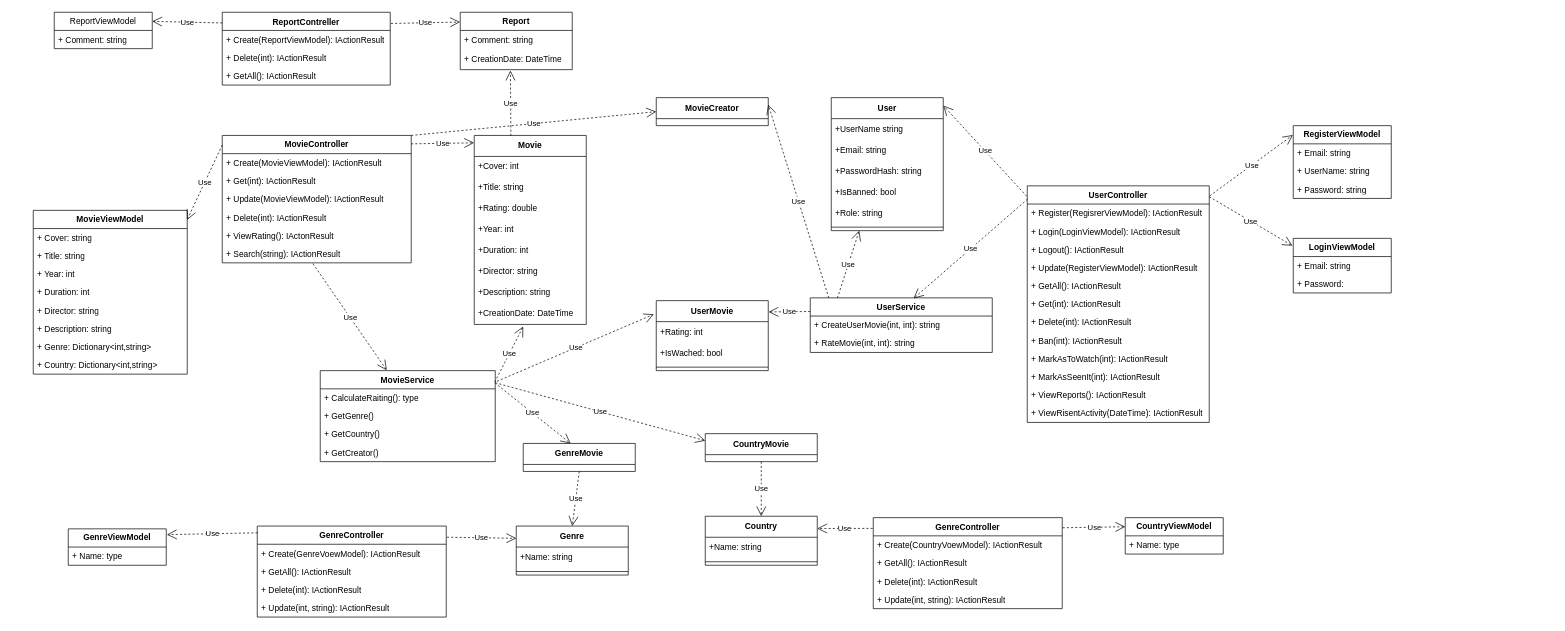
The draw.io diagram page "Page-1" (1 of 2) of Requirements/StaticModel/ClassDiagram.drawio in KavomanyOrganization/MovieList, before the edit. Source tidied: cells renumbered, new cells numbered last; positions are measured from the earlier drawing's top-left corner, leaving out a move shared by most shapes. Both pictures are drawn from the tidied source at 70%, with x=0, y=0 at pixel (33, 12).
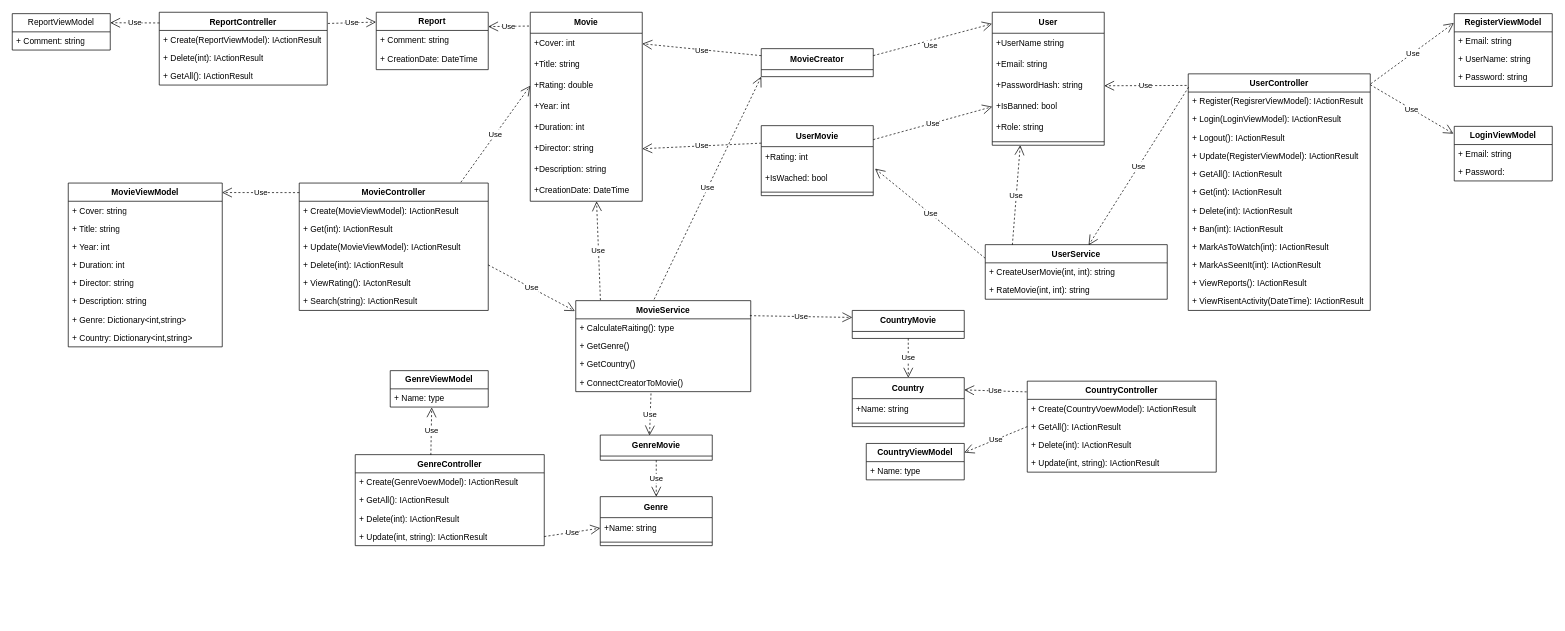
Above is the later version.

Commit message:
Update ClassDiagram for enhanced clarity and structure

The change refers to these unchanged cells:
```xml
<mxCell id="5" value="+PasswordHash: string" style="text;strokeColor=none;fillColor=none;align=left;verticalAlign=middle;spacingLeft=4;spacingRight=4;overflow=hidden;points=[[0,0.5],[1,0.5]];portConstraint=eastwest;whiteSpace=wrap;html=1;" parent="2" vertex="1">
  <mxGeometry y="90" width="160" height="30" as="geometry" />
</mxCell>
<mxCell id="6" value="+IsBanned: bool" style="text;strokeColor=none;fillColor=none;align=left;verticalAlign=middle;spacingLeft=4;spacingRight=4;overflow=hidden;points=[[0,0.5],[1,0.5]];portConstraint=eastwest;whiteSpace=wrap;html=1;" parent="2" vertex="1">
  <mxGeometry y="120" width="160" height="30" as="geometry" />
</mxCell>
<mxCell id="10" value="+Cover: int" style="text;strokeColor=none;fillColor=none;align=left;verticalAlign=middle;spacingLeft=4;spacingRight=4;overflow=hidden;points=[[0,0.5],[1,0.5]];portConstraint=eastwest;whiteSpace=wrap;html=1;" parent="9" vertex="1">
  <mxGeometry y="30" width="160" height="30" as="geometry" />
</mxCell>
<mxCell id="12" value="+Rating: double" style="text;strokeColor=none;fillColor=none;align=left;verticalAlign=middle;spacingLeft=4;spacingRight=4;overflow=hidden;points=[[0,0.5],[1,0.5]];portConstraint=eastwest;whiteSpace=wrap;html=1;" parent="9" vertex="1">
  <mxGeometry y="90" width="160" height="30" as="geometry" />
</mxCell>
<mxCell id="15" value="+Director: string" style="text;strokeColor=none;fillColor=none;align=left;verticalAlign=middle;spacingLeft=4;spacingRight=4;overflow=hidden;points=[[0,0.5],[1,0.5]];portConstraint=eastwest;whiteSpace=wrap;html=1;" parent="9" vertex="1">
  <mxGeometry y="180" width="160" height="30" as="geometry" />
</mxCell>
<mxCell id="17" value="+CreationDate: DateTime" style="text;strokeColor=none;fillColor=none;align=left;verticalAlign=middle;spacingLeft=4;spacingRight=4;overflow=hidden;points=[[0,0.5],[1,0.5]];portConstraint=eastwest;whiteSpace=wrap;html=1;" parent="9" vertex="1">
  <mxGeometry y="240" width="160" height="30" as="geometry" />
</mxCell>
<mxCell id="19" value="+Ra&lt;span style=&quot;background-color: transparent;&quot;&gt;ting: int&lt;/span&gt;" style="text;strokeColor=none;fillColor=none;align=left;verticalAlign=middle;spacingLeft=4;spacingRight=4;overflow=hidden;points=[[0,0.5],[1,0.5]];portConstraint=eastwest;whiteSpace=wrap;html=1;" parent="18" vertex="1">
  <mxGeometry y="30" width="160" height="30" as="geometry" />
</mxCell>
<mxCell id="23" value="+Name: string" style="text;strokeColor=none;fillColor=none;align=left;verticalAlign=middle;spacingLeft=4;spacingRight=4;overflow=hidden;points=[[0,0.5],[1,0.5]];portConstraint=eastwest;whiteSpace=wrap;html=1;" parent="22" vertex="1">
  <mxGeometry y="30" width="160" height="30" as="geometry" />
</mxCell>
<mxCell id="29" value="+ Delete(int): IActionResult" style="text;strokeColor=none;fillColor=none;align=left;verticalAlign=top;spacingLeft=4;spacingRight=4;overflow=hidden;points=[[0,0.5],[1,0.5]];portConstraint=eastwest;whiteSpace=wrap;html=1;" parent="25" vertex="1">
  <mxGeometry y="104" width="270" height="26" as="geometry" />
</mxCell>
<mxCell id="31" value="+ Search(string): IActionResult" style="text;strokeColor=none;fillColor=none;align=left;verticalAlign=top;spacingLeft=4;spacingRight=4;overflow=hidden;points=[[0,0.5],[1,0.5]];portConstraint=eastwest;whiteSpace=wrap;html=1;" parent="25" vertex="1">
  <mxGeometry y="156" width="270" height="26" as="geometry" />
</mxCell>
<mxCell id="44" value="+ Name: type" style="text;strokeColor=none;fillColor=none;align=left;verticalAlign=top;spacingLeft=4;spacingRight=4;overflow=hidden;points=[[0,0.5],[1,0.5]];portConstraint=eastwest;whiteSpace=wrap;html=1;" parent="43" vertex="1">
  <mxGeometry y="26" width="140" height="26" as="geometry" />
</mxCell>
<mxCell id="49" value="+ Update(int, string): IActionResult" style="text;strokeColor=none;fillColor=none;align=left;verticalAlign=top;spacingLeft=4;spacingRight=4;overflow=hidden;points=[[0,0.5],[1,0.5]];portConstraint=eastwest;whiteSpace=wrap;html=1;" parent="45" vertex="1">
  <mxGeometry y="104" width="270" height="26" as="geometry" />
</mxCell>
<mxCell id="59" value="+ GetAll(): IActionResult" style="text;strokeColor=none;fillColor=none;align=left;verticalAlign=top;spacingLeft=4;spacingRight=4;overflow=hidden;points=[[0,0.5],[1,0.5]];portConstraint=eastwest;whiteSpace=wrap;html=1;" parent="57" vertex="1">
  <mxGeometry y="52" width="270" height="26" as="geometry" />
</mxCell>
<mxCell id="109" value="+ CreationDate: DateTime" style="text;strokeColor=none;fillColor=none;align=left;verticalAlign=middle;spacingLeft=4;spacingRight=4;overflow=hidden;points=[[0,0.5],[1,0.5]];portConstraint=eastwest;whiteSpace=wrap;html=1;" parent="107" vertex="1">
  <mxGeometry y="52" width="160" height="30" as="geometry" />
</mxCell>
```

Change to the diagram source:
```diff
@@
     <mxCell id="2" value="&lt;b&gt;User&lt;/b&gt;" style="swimlane;fontStyle=0;horizontal=1;startSize=30;whiteSpace=wrap;html=1;" parent="1" vertex="1">
-      <mxGeometry x="1140" y="122" width="160" height="190" as="geometry" />
+      <mxGeometry x="1370" width="160" height="190" as="geometry" />
     </mxCell>
@@
     <mxCell id="9" value="&lt;b&gt;Movie&lt;/b&gt;" style="swimlane;fontStyle=0;horizontal=1;startSize=30;whiteSpace=wrap;html=1;" parent="1" vertex="1">
-      <mxGeometry x="630" y="176" width="160" height="270" as="geometry" />
+      <mxGeometry x="710" width="160" height="270" as="geometry" />
     </mxCell>
@@
     <mxCell id="18" value="&lt;b&gt;UserMovie&lt;/b&gt;" style="swimlane;fontStyle=0;horizontal=1;startSize=30;whiteSpace=wrap;html=1;" parent="1" vertex="1">
-      <mxGeometry x="890" y="412" width="160" height="100" as="geometry" />
+      <mxGeometry x="1040" y="162" width="160" height="100" as="geometry" />
     </mxCell>
@@
     <mxCell id="22" value="&lt;b&gt;Genre&lt;/b&gt;" style="swimlane;fontStyle=0;horizontal=1;startSize=30;whiteSpace=wrap;html=1;" parent="1" vertex="1">
-      <mxGeometry x="690" y="734" width="160" height="70" as="geometry" />
+      <mxGeometry x="810" y="692" width="160" height="70" as="geometry" />
     </mxCell>
@@
     <mxCell id="25" value="&lt;b&gt;MovieController&lt;/b&gt;" style="swimlane;fontStyle=0;horizontal=1;startSize=26;fillColor=none;whiteSpace=wrap;html=1;" parent="1" vertex="1">
-      <mxGeometry x="270" y="176" width="270" height="182" as="geometry" />
+      <mxGeometry x="380" y="244" width="270" height="182" as="geometry" />
     </mxCell>
@@
     <mxCell id="32" value="&lt;b&gt;MovieViewModel&lt;/b&gt;" style="swimlane;fontStyle=0;horizontal=1;startSize=26;fillColor=none;whiteSpace=wrap;html=1;" parent="1" vertex="1">
-      <mxGeometry y="283" width="220" height="234" as="geometry" />
+      <mxGeometry x="50" y="244" width="220" height="234" as="geometry" />
     </mxCell>
@@
-    <mxCell id="42" value="Use" style="endArrow=open;endSize=12;dashed=1;html=1;exitX=0.999;exitY=0.066;exitDx=0;exitDy=0;exitPerimeter=0;entryX=-0.002;entryY=0.039;entryDx=0;entryDy=0;entryPerimeter=0;" parent="1" edge="1" source="25" target="9">
+    <mxCell id="42" value="Use" style="endArrow=open;endSize=12;dashed=1;html=1;exitX=0.855;exitY=-0.006;exitDx=0;exitDy=0;exitPerimeter=0;entryX=0;entryY=0.5;entryDx=0;entryDy=0;" parent="1" edge="1" source="25" target="12">
       <mxGeometry relative="1" as="geometry" />
     </mxCell>
     <mxCell id="43" value="&lt;b&gt;GenreViewModel&lt;/b&gt;" style="swimlane;fontStyle=0;horizontal=1;startSize=26;fillColor=none;whiteSpace=wrap;html=1;" parent="1" vertex="1">
-      <mxGeometry x="50" y="738" width="140" height="52" as="geometry" />
+      <mxGeometry x="510" y="512" width="140" height="52" as="geometry" />
     </mxCell>
@@
     <mxCell id="45" value="GenreController" style="swimlane;fontStyle=1;align=center;verticalAlign=top;horizontal=1;startSize=26;whiteSpace=wrap;html=1;" parent="1" vertex="1">
-      <mxGeometry x="320" y="734" width="270" height="130" as="geometry" />
+      <mxGeometry x="460" y="632" width="270" height="130" as="geometry" />
     </mxCell>
@@
-    <mxCell id="50" value="Use" style="endArrow=open;endSize=12;dashed=1;html=1;exitX=1.004;exitY=0.123;exitDx=0;exitDy=0;exitPerimeter=0;entryX=0;entryY=0.25;entryDx=0;entryDy=0;" parent="1" edge="1" source="45" target="22">
+    <mxCell id="50" value="Use" style="endArrow=open;endSize=12;dashed=1;html=1;exitX=1;exitY=0.5;exitDx=0;exitDy=0;entryX=0;entryY=0.5;entryDx=0;entryDy=0;" parent="1" edge="1" source="49" target="23">
       <mxGeometry relative="1" as="geometry" />
     </mxCell>
-    <mxCell id="51" value="Use" style="endArrow=open;endSize=12;dashed=1;html=1;exitX=0.002;exitY=0.074;exitDx=0;exitDy=0;exitPerimeter=0;entryX=1.007;entryY=0.159;entryDx=0;entryDy=0;entryPerimeter=0;" parent="1" edge="1" source="45" target="43">
+    <mxCell id="51" value="Use" style="endArrow=open;endSize=12;dashed=1;html=1;exitX=0.4;exitY=0.003;exitDx=0;exitDy=0;exitPerimeter=0;entryX=0.423;entryY=1.021;entryDx=0;entryDy=0;entryPerimeter=0;" parent="1" edge="1" source="45" target="44">
       <mxGeometry relative="1" as="geometry" />
     </mxCell>
     <mxCell id="52" value="&lt;b&gt;Country&lt;/b&gt;" style="swimlane;fontStyle=0;horizontal=1;startSize=30;whiteSpace=wrap;html=1;" parent="1" vertex="1">
-      <mxGeometry x="960" y="720" width="160" height="70" as="geometry" />
+      <mxGeometry x="1170" y="522" width="160" height="70" as="geometry" />
     </mxCell>
@@
     <mxCell id="55" value="&lt;b&gt;CountryViewModel&lt;/b&gt;" style="swimlane;fontStyle=0;horizontal=1;startSize=26;fillColor=none;whiteSpace=wrap;html=1;" parent="1" vertex="1">
-      <mxGeometry x="1560" y="722" width="140" height="52" as="geometry" />
+      <mxGeometry x="1190" y="616" width="140" height="52" as="geometry" />
     </mxCell>
@@
-    <mxCell id="57" value="GenreController" style="swimlane;fontStyle=1;align=center;verticalAlign=top;horizontal=1;startSize=26;whiteSpace=wrap;html=1;" parent="1" vertex="1">
-      <mxGeometry x="1200" y="722" width="270" height="130" as="geometry" />
+    <mxCell id="57" value="CountryController" style="swimlane;fontStyle=1;align=center;verticalAlign=top;horizontal=1;startSize=26;whiteSpace=wrap;html=1;" parent="1" vertex="1">
+      <mxGeometry x="1420" y="527" width="270" height="130" as="geometry" />
     </mxCell>
@@
-    <mxCell id="63" value="Use" style="endArrow=open;endSize=12;dashed=1;html=1;exitX=1.002;exitY=0.111;exitDx=0;exitDy=0;exitPerimeter=0;entryX=0;entryY=0.25;entryDx=0;entryDy=0;" parent="1" edge="1" source="57" target="55">
+    <mxCell id="63" value="Use" style="endArrow=open;endSize=12;dashed=1;html=1;exitX=0;exitY=0.5;exitDx=0;exitDy=0;entryX=1;entryY=0.25;entryDx=0;entryDy=0;" parent="1" edge="1" source="59" target="55">
       <mxGeometry relative="1" as="geometry" />
     </mxCell>
     <mxCell id="64" value="&lt;b&gt;LoginViewModel&lt;/b&gt;" style="swimlane;fontStyle=0;horizontal=1;startSize=26;fillColor=none;whiteSpace=wrap;html=1;" parent="1" vertex="1">
-      <mxGeometry x="1800" y="323" width="140" height="78" as="geometry" />
+      <mxGeometry x="2030" y="163" width="140" height="78" as="geometry" />
     </mxCell>
@@
     <mxCell id="67" value="&lt;b&gt;RegisterViewModel&lt;/b&gt;" style="swimlane;fontStyle=0;horizontal=1;startSize=26;fillColor=none;whiteSpace=wrap;html=1;" parent="1" vertex="1">
-      <mxGeometry x="1800" y="162" width="140" height="104" as="geometry" />
+      <mxGeometry x="2030" y="2" width="140" height="104" as="geometry" />
     </mxCell>
@@
     <mxCell id="71" value="UserController" style="swimlane;fontStyle=1;align=center;verticalAlign=top;horizontal=1;startSize=26;whiteSpace=wrap;html=1;" parent="1" vertex="1">
-      <mxGeometry x="1420" y="248" width="260" height="338" as="geometry" />
+      <mxGeometry x="1650" y="88" width="260" height="338" as="geometry" />
     </mxCell>
@@
-    <mxCell id="86" value="Use" style="endArrow=open;endSize=12;dashed=1;html=1;exitX=-0.003;exitY=0.044;exitDx=0;exitDy=0;exitPerimeter=0;entryX=1.001;entryY=0.06;entryDx=0;entryDy=0;entryPerimeter=0;" parent="1" edge="1" source="71" target="2">
+    <mxCell id="86" value="Use" style="endArrow=open;endSize=12;dashed=1;html=1;exitX=-0.009;exitY=0.049;exitDx=0;exitDy=0;entryX=1;entryY=0.5;entryDx=0;entryDy=0;exitPerimeter=0;" parent="1" edge="1" source="71" target="5">
       <mxGeometry relative="1" as="geometry" />
     </mxCell>
-    <mxCell id="87" value="Use" style="endArrow=open;endSize=12;dashed=1;html=1;exitX=0;exitY=0.25;exitDx=0;exitDy=0;entryX=1.003;entryY=0.161;entryDx=0;entryDy=0;entryPerimeter=0;" parent="1" edge="1" source="102" target="18">
+    <mxCell id="87" value="Use" style="endArrow=open;endSize=12;dashed=1;html=1;exitX=0;exitY=0.25;exitDx=0;exitDy=0;entryX=1.016;entryY=1.048;entryDx=0;entryDy=0;entryPerimeter=0;" parent="1" edge="1" source="102" target="19">
       <mxGeometry relative="1" as="geometry" />
     </mxCell>
     <mxCell id="88" value="&lt;b&gt;GenreMovie&lt;/b&gt;" style="swimlane;fontStyle=0;horizontal=1;startSize=30;whiteSpace=wrap;html=1;" parent="1" vertex="1">
-      <mxGeometry x="700" y="616" width="160" height="40" as="geometry" />
+      <mxGeometry x="810" y="604" width="160" height="36" as="geometry" />
     </mxCell>
     <mxCell id="89" value="&lt;b&gt;CountryMovie&lt;/b&gt;" style="swimlane;fontStyle=0;horizontal=1;startSize=30;whiteSpace=wrap;html=1;" parent="1" vertex="1">
-      <mxGeometry x="960" y="602" width="160" height="40" as="geometry" />
+      <mxGeometry x="1170" y="426" width="160" height="40" as="geometry" />
     </mxCell>
-    <mxCell id="90" value="Use" style="endArrow=open;endSize=12;dashed=1;html=1;exitX=0.997;exitY=0.133;exitDx=0;exitDy=0;exitPerimeter=0;entryX=0.423;entryY=0.002;entryDx=0;entryDy=0;entryPerimeter=0;" parent="1" edge="1" source="93" target="88">
+    <mxCell id="90" value="Use" style="endArrow=open;endSize=12;dashed=1;html=1;exitX=0.43;exitY=1.098;exitDx=0;exitDy=0;entryX=0.44;entryY=0.015;entryDx=0;entryDy=0;exitPerimeter=0;entryPerimeter=0;" parent="1" edge="1" source="97" target="88">
       <mxGeometry relative="1" as="geometry" />
     </mxCell>
@@
     <mxCell id="93" value="MovieService" style="swimlane;fontStyle=1;align=center;verticalAlign=top;horizontal=1;startSize=26;whiteSpace=wrap;html=1;" parent="1" vertex="1">
-      <mxGeometry x="410" y="512" width="250" height="130" as="geometry" />
+      <mxGeometry x="775" y="412" width="250" height="130" as="geometry" />
     </mxCell>
@@
-    <mxCell id="97" value="&lt;span style=&quot;color: rgb(0, 0, 0);&quot;&gt;+ GetCreator()&lt;/span&gt;" style="text;strokeColor=none;fillColor=none;align=left;verticalAlign=top;spacingLeft=4;spacingRight=4;overflow=hidden;points=[[0,0.5],[1,0.5]];portConstraint=eastwest;whiteSpace=wrap;html=1;" parent="93" vertex="1">
+    <mxCell id="97" value="&lt;span style=&quot;color: rgb(0, 0, 0);&quot;&gt;+ ConnectCreatorToMovie()&lt;/span&gt;" style="text;strokeColor=none;fillColor=none;align=left;verticalAlign=top;spacingLeft=4;spacingRight=4;overflow=hidden;points=[[0,0.5],[1,0.5]];portConstraint=eastwest;whiteSpace=wrap;html=1;" parent="93" vertex="1">
       <mxGeometry y="104" width="250" height="26" as="geometry" />
     </mxCell>
-    <mxCell id="98" value="Use" style="endArrow=open;endSize=12;dashed=1;html=1;exitX=1.01;exitY=0.117;exitDx=0;exitDy=0;exitPerimeter=0;entryX=-0.022;entryY=0.195;entryDx=0;entryDy=0;entryPerimeter=0;" parent="1" edge="1" source="93" target="18">
+    <mxCell id="98" value="Use" style="endArrow=open;endSize=12;dashed=1;html=1;exitX=0.448;exitY=-0.015;exitDx=0;exitDy=0;exitPerimeter=0;entryX=0;entryY=1;entryDx=0;entryDy=0;" parent="1" edge="1" source="93" target="119">
       <mxGeometry relative="1" as="geometry" />
     </mxCell>
-    <mxCell id="99" value="Use" style="endArrow=open;endSize=12;dashed=1;html=1;entryX=0.437;entryY=1.101;entryDx=0;entryDy=0;entryPerimeter=0;exitX=0.997;exitY=0.126;exitDx=0;exitDy=0;exitPerimeter=0;" parent="1" edge="1" source="93" target="17">
+    <mxCell id="99" value="Use" style="endArrow=open;endSize=12;dashed=1;html=1;exitX=0.141;exitY=-0.006;exitDx=0;exitDy=0;exitPerimeter=0;entryX=0.592;entryY=1.004;entryDx=0;entryDy=0;entryPerimeter=0;" parent="1" edge="1" source="93" target="17">
       <mxGeometry relative="1" as="geometry" />
     </mxCell>
-    <mxCell id="100" value="Use" style="endArrow=open;endSize=12;dashed=1;html=1;entryX=0;entryY=0.25;entryDx=0;entryDy=0;exitX=1;exitY=0.133;exitDx=0;exitDy=0;exitPerimeter=0;" parent="1" edge="1" source="93" target="89">
+    <mxCell id="100" value="Use" style="endArrow=open;endSize=12;dashed=1;html=1;entryX=0;entryY=0.25;entryDx=0;entryDy=0;exitX=0.995;exitY=0.165;exitDx=0;exitDy=0;exitPerimeter=0;" parent="1" edge="1" source="93" target="89">
       <mxGeometry relative="1" as="geometry" />
     </mxCell>
-    <mxCell id="101" value="Use" style="endArrow=open;endSize=12;dashed=1;html=1;exitX=0.48;exitY=1.051;exitDx=0;exitDy=0;exitPerimeter=0;entryX=0.38;entryY=-0.004;entryDx=0;entryDy=0;entryPerimeter=0;" parent="1" edge="1" source="31" target="93">
+    <mxCell id="101" value="Use" style="endArrow=open;endSize=12;dashed=1;html=1;exitX=1;exitY=0.5;exitDx=0;exitDy=0;entryX=-0.005;entryY=0.114;entryDx=0;entryDy=0;entryPerimeter=0;" parent="1" edge="1" source="29" target="93">
       <mxGeometry relative="1" as="geometry" />
     </mxCell>
     <mxCell id="102" value="UserService" style="swimlane;fontStyle=1;align=center;verticalAlign=top;horizontal=1;startSize=26;whiteSpace=wrap;html=1;" parent="1" vertex="1">
-      <mxGeometry x="1110" y="408" width="260" height="78" as="geometry" />
+      <mxGeometry x="1360" y="332" width="260" height="78" as="geometry" />
     </mxCell>
@@
     <mxCell id="107" value="&lt;b&gt;Report&lt;/b&gt;" style="swimlane;fontStyle=0;horizontal=1;startSize=26;fillColor=none;whiteSpace=wrap;html=1;" parent="1" vertex="1">
-      <mxGeometry x="610" width="160" height="82" as="geometry" />
+      <mxGeometry x="490" width="160" height="82" as="geometry" />
     </mxCell>
@@
     <mxCell id="110" value="ReportContreller" style="swimlane;fontStyle=1;align=center;verticalAlign=top;horizontal=1;startSize=26;whiteSpace=wrap;html=1;" parent="1" vertex="1">
-      <mxGeometry x="270" width="240" height="104" as="geometry" />
+      <mxGeometry x="180" width="240" height="104" as="geometry" />
     </mxCell>
@@
-    <mxCell id="114" value="Use" style="endArrow=open;endSize=12;dashed=1;html=1;exitX=0.327;exitY=0.002;exitDx=0;exitDy=0;exitPerimeter=0;entryX=0.448;entryY=1.044;entryDx=0;entryDy=0;entryPerimeter=0;" parent="1" edge="1" source="9" target="109">
+    <mxCell id="114" value="Use" style="endArrow=open;endSize=12;dashed=1;html=1;entryX=1;entryY=0.25;entryDx=0;entryDy=0;exitX=-0.011;exitY=0.073;exitDx=0;exitDy=0;exitPerimeter=0;" parent="1" edge="1" source="9" target="107">
       <mxGeometry relative="1" as="geometry" />
     </mxCell>
@@
     <mxCell id="116" value="ReportViewModel" style="swimlane;fontStyle=0;horizontal=1;startSize=26;fillColor=none;whiteSpace=wrap;html=1;" parent="1" vertex="1">
-      <mxGeometry x="30" width="140" height="52" as="geometry" />
+      <mxGeometry x="-30" y="2" width="140" height="52" as="geometry" />
     </mxCell>
@@
     <mxCell id="119" value="&lt;b&gt;MovieCreator&lt;/b&gt;" style="swimlane;fontStyle=0;horizontal=1;startSize=30;whiteSpace=wrap;html=1;" parent="1" vertex="1">
-      <mxGeometry x="890" y="122" width="160" height="40" as="geometry" />
+      <mxGeometry x="1040" y="52" width="160" height="40" as="geometry" />
     </mxCell>
-    <mxCell id="120" value="Use" style="endArrow=open;endSize=12;dashed=1;html=1;exitX=0.102;exitY=0.002;exitDx=0;exitDy=0;entryX=1;entryY=0.25;entryDx=0;entryDy=0;exitPerimeter=0;" parent="1" edge="1" source="102" target="119">
-      <mxGeometry relative="1" as="geometry" />
+    <mxCell id="120" value="Use" style="endArrow=open;endSize=12;dashed=1;html=1;entryX=0;entryY=0.5;entryDx=0;entryDy=0;" parent="1" edge="1" target="6">
+      <mxGeometry relative="1" as="geometry">
+        <mxPoint x="1200" y="182" as="sourcePoint" />
+      </mxGeometry>
     </mxCell>
-    <mxCell id="121" value="Use" style="endArrow=open;endSize=12;dashed=1;html=1;exitX=1;exitY=0;exitDx=0;exitDy=0;entryX=0;entryY=0.5;entryDx=0;entryDy=0;" parent="1" edge="1" source="25" target="119">
-      <mxGeometry relative="1" as="geometry" />
-    </mxCell>
+    <mxCell id="122" value="Use" style="endArrow=open;endSize=12;dashed=1;html=1;exitX=0;exitY=0.25;exitDx=0;exitDy=0;entryX=1;entryY=0.5;entryDx=0;entryDy=0;" parent="1" edge="1" source="119" target="10">
+      <mxGeometry relative="1" as="geometry" />
+    </mxCell>
+    <mxCell id="123" value="Use" style="endArrow=open;endSize=12;dashed=1;html=1;entryX=-0.002;entryY=0.087;entryDx=0;entryDy=0;entryPerimeter=0;" parent="1" edge="1" target="2">
+      <mxGeometry x="-0.06" y="-7" relative="1" as="geometry">
+        <mxPoint x="1200" y="62" as="sourcePoint" />
+      </mxGeometry>
+    </mxCell>
+    <mxCell id="124" value="Use" style="endArrow=open;endSize=12;dashed=1;html=1;entryX=1;entryY=0.5;entryDx=0;entryDy=0;exitX=0;exitY=0.25;exitDx=0;exitDy=0;" parent="1" edge="1" source="18" target="15">
+      <mxGeometry relative="1" as="geometry" />
+    </mxCell>
```
